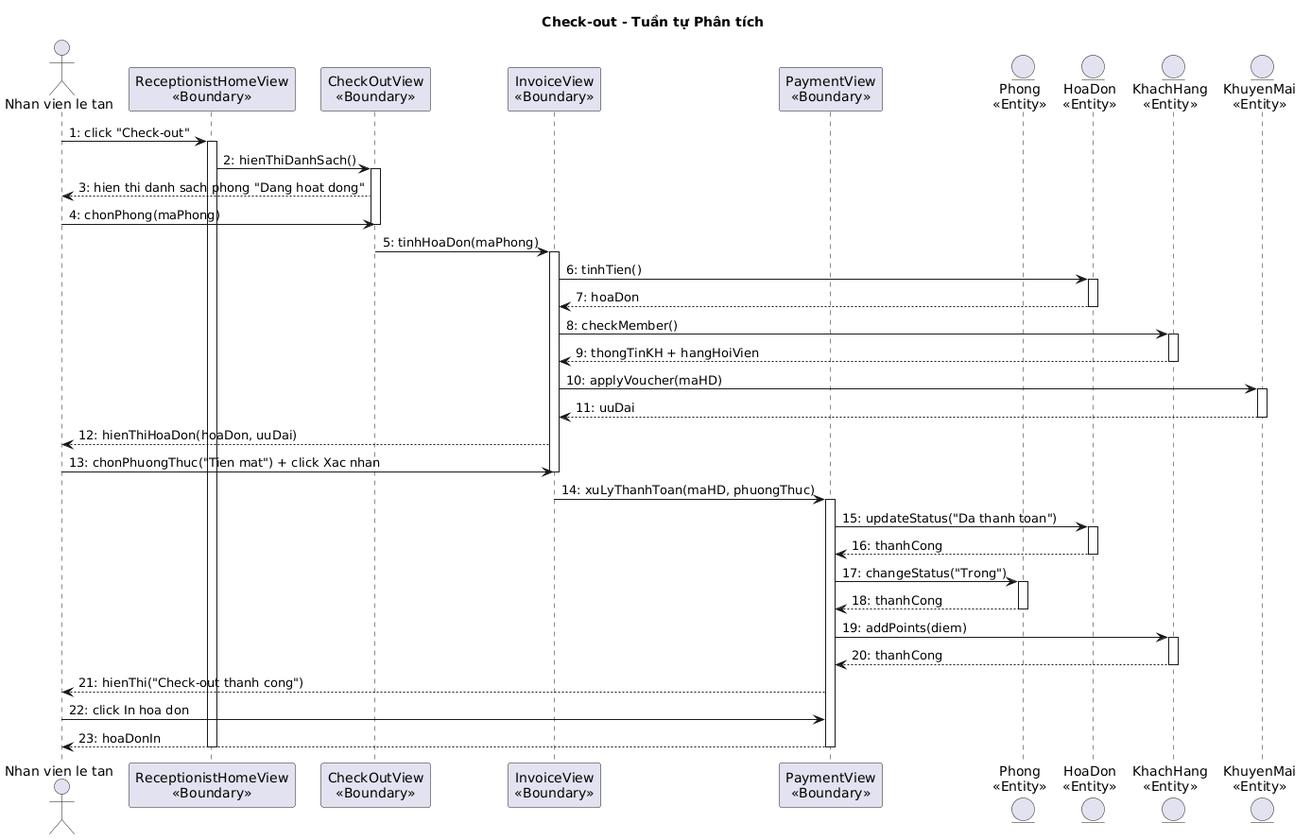
Above: output/diagrams/booking_aseq_checkout.png in thanhtrnnn/cnpm (PlantUML), before the change. Source of this version:
```plantuml
@startuml
title Check-out - Tuần tự Phân tích

actor "Nhan vien le tan" as NV
participant "ReceptionistHomeView\n<<Boundary>>" as Home
participant "CheckOutView\n<<Boundary>>" as CheckOut
participant "InvoiceView\n<<Boundary>>" as Invoice
participant "PaymentView\n<<Boundary>>" as Payment
entity "Phong\n<<Entity>>" as Phong
entity "HoaDon\n<<Entity>>" as HD
entity "KhachHang\n<<Entity>>" as KH
entity "KhuyenMai\n<<Entity>>" as KM

NV -> Home : 1: click "Check-out"
activate Home
Home -> CheckOut : 2: hienThiDanhSach()
activate CheckOut
CheckOut --> NV : 3: hien thi danh sach phong "Dang hoat dong"
NV -> CheckOut : 4: chonPhong(maPhong)
deactivate CheckOut
CheckOut -> Invoice : 5: tinhHoaDon(maPhong)
activate Invoice
Invoice -> HD : 6: tinhTien()
activate HD
HD --> Invoice : 7: hoaDon
deactivate HD
Invoice -> KH : 8: checkMember()
activate KH
KH --> Invoice : 9: thongTinKH + hangHoiVien
deactivate KH
Invoice -> KM : 10: applyVoucher(maHD)
activate KM
KM --> Invoice : 11: uuDai
deactivate KM
Invoice --> NV : 12: hienThiHoaDon(hoaDon, uuDai)
NV -> Invoice : 13: chonPhuongThuc("Tien mat") + click Xac nhan
deactivate Invoice
Invoice -> Payment : 14: xuLyThanhToan(maHD, phuongThuc)
activate Payment
Payment -> HD : 15: updateStatus("Da thanh toan")
activate HD
HD --> Payment : 16: thanhCong
deactivate HD
Payment -> Phong : 17: changeStatus("Trong")
activate Phong
Phong --> Payment : 18: thanhCong
deactivate Phong
Payment -> KH : 19: addPoints(diem)
activate KH
KH --> Payment : 20: thanhCong
deactivate KH
Payment --> NV : 21: hienThi("Check-out thanh cong")
NV -> Payment : 22: click In hoa don
Payment --> NV : 23: hoaDonIn
deactivate Payment
deactivate Home
@enduml
```
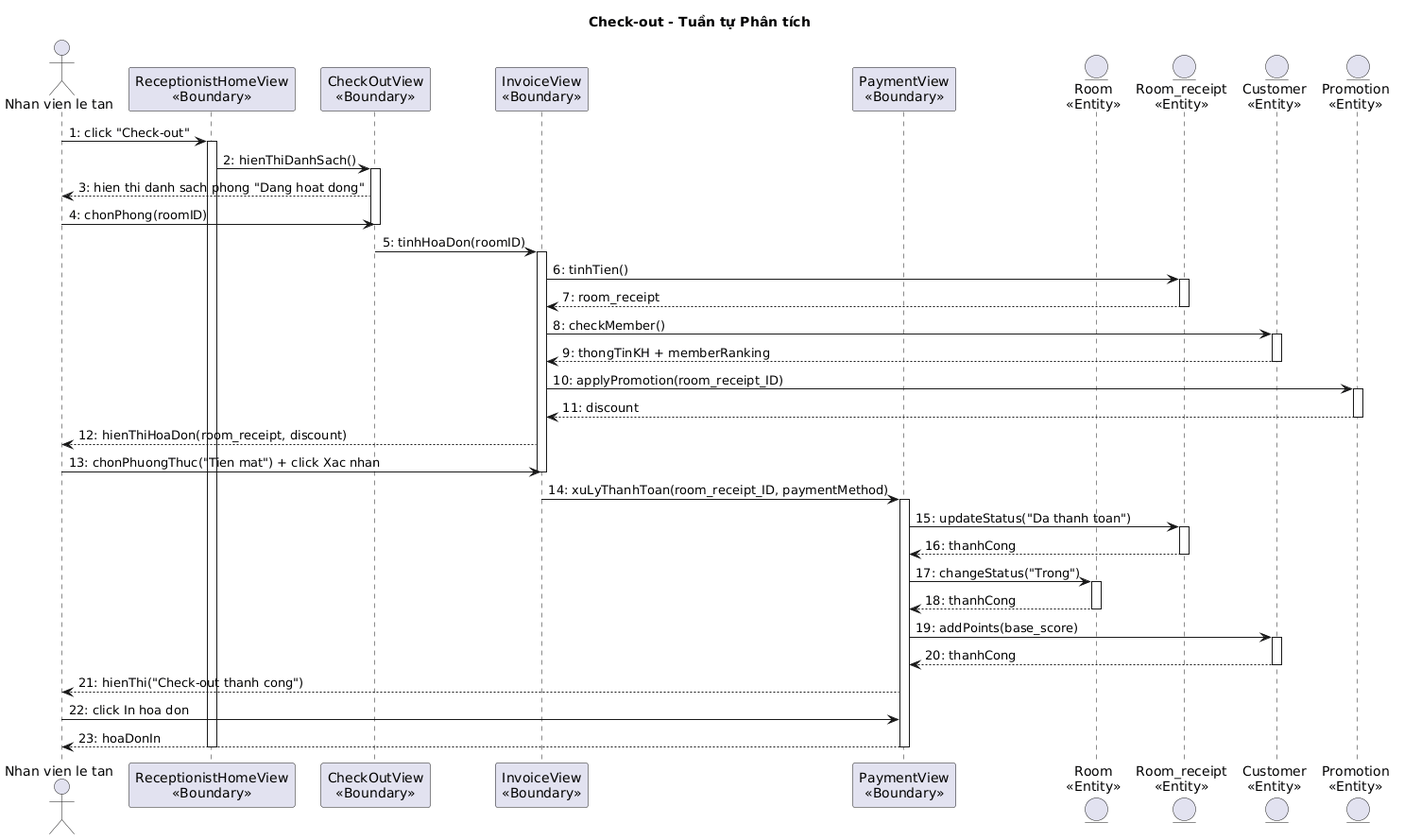
Later version of the same file.

Commit message:
sync: update all sequence diagrams with English entity names per Google Docs

Diff of the diagram source:
```diff
@@ -6,49 +6,49 @@
 participant "CheckOutView\n<<Boundary>>" as CheckOut
 participant "InvoiceView\n<<Boundary>>" as Invoice
 participant "PaymentView\n<<Boundary>>" as Payment
-entity "Phong\n<<Entity>>" as Phong
-entity "HoaDon\n<<Entity>>" as HD
-entity "KhachHang\n<<Entity>>" as KH
-entity "KhuyenMai\n<<Entity>>" as KM
+entity "Room\n<<Entity>>" as Room
+entity "Room_receipt\n<<Entity>>" as RR
+entity "Customer\n<<Entity>>" as Cust
+entity "Promotion\n<<Entity>>" as Promo
 
 NV -> Home : 1: click "Check-out"
 activate Home
 Home -> CheckOut : 2: hienThiDanhSach()
 activate CheckOut
 CheckOut --> NV : 3: hien thi danh sach phong "Dang hoat dong"
-NV -> CheckOut : 4: chonPhong(maPhong)
+NV -> CheckOut : 4: chonPhong(roomID)
 deactivate CheckOut
-CheckOut -> Invoice : 5: tinhHoaDon(maPhong)
+CheckOut -> Invoice : 5: tinhHoaDon(roomID)
 activate Invoice
-Invoice -> HD : 6: tinhTien()
-activate HD
-HD --> Invoice : 7: hoaDon
-deactivate HD
-Invoice -> KH : 8: checkMember()
-activate KH
-KH --> Invoice : 9: thongTinKH + hangHoiVien
-deactivate KH
-Invoice -> KM : 10: applyVoucher(maHD)
-activate KM
-KM --> Invoice : 11: uuDai
-deactivate KM
-Invoice --> NV : 12: hienThiHoaDon(hoaDon, uuDai)
+Invoice -> RR : 6: tinhTien()
+activate RR
+RR --> Invoice : 7: room_receipt
+deactivate RR
+Invoice -> Cust : 8: checkMember()
+activate Cust
+Cust --> Invoice : 9: thongTinKH + memberRanking
+deactivate Cust
+Invoice -> Promo : 10: applyPromotion(room_receipt_ID)
+activate Promo
+Promo --> Invoice : 11: discount
+deactivate Promo
+Invoice --> NV : 12: hienThiHoaDon(room_receipt, discount)
 NV -> Invoice : 13: chonPhuongThuc("Tien mat") + click Xac nhan
 deactivate Invoice
-Invoice -> Payment : 14: xuLyThanhToan(maHD, phuongThuc)
+Invoice -> Payment : 14: xuLyThanhToan(room_receipt_ID, paymentMethod)
 activate Payment
-Payment -> HD : 15: updateStatus("Da thanh toan")
-activate HD
-HD --> Payment : 16: thanhCong
-deactivate HD
-Payment -> Phong : 17: changeStatus("Trong")
-activate Phong
-Phong --> Payment : 18: thanhCong
-deactivate Phong
-Payment -> KH : 19: addPoints(diem)
-activate KH
-KH --> Payment : 20: thanhCong
-deactivate KH
+Payment -> RR : 15: updateStatus("Da thanh toan")
+activate RR
+RR --> Payment : 16: thanhCong
+deactivate RR
+Payment -> Room : 17: changeStatus("Trong")
+activate Room
+Room --> Payment : 18: thanhCong
+deactivate Room
+Payment -> Cust : 19: addPoints(base_score)
+activate Cust
+Cust --> Payment : 20: thanhCong
+deactivate Cust
 Payment --> NV : 21: hienThi("Check-out thanh cong")
 NV -> Payment : 22: click In hoa don
 Payment --> NV : 23: hoaDonIn
```
